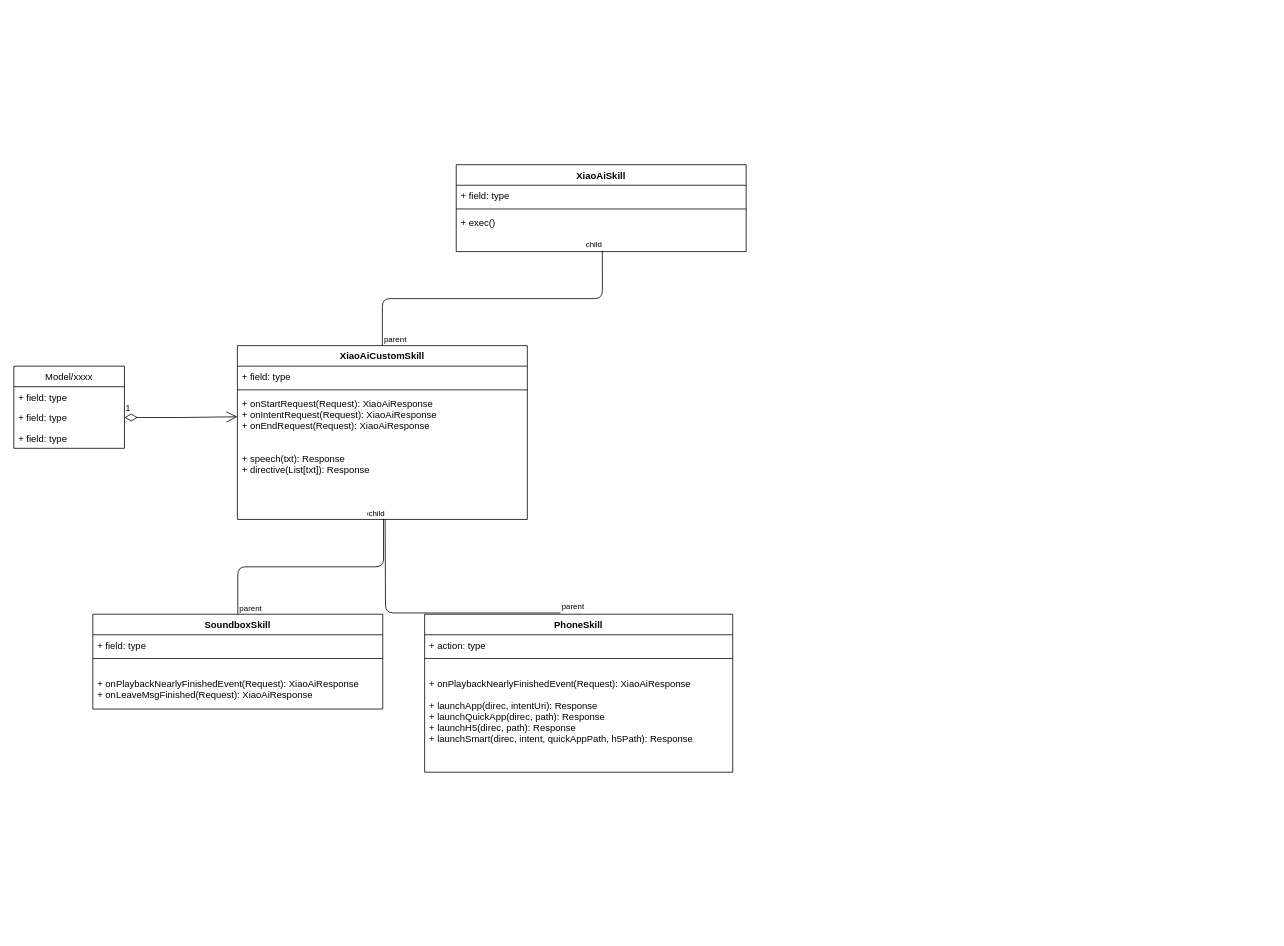
This is Untitled Diagram.drawio from HappyAngel/DependencyInjection_Investigate, a draw.io file, before an edit. Source tidied: cells renumbered, new cells numbered last; positions are measured from the earlier drawing's top-left corner, leaving out a move shared by most shapes. Both pictures are drawn from the tidied source at 79%, with x=0, y=0 at pixel (13, 164).
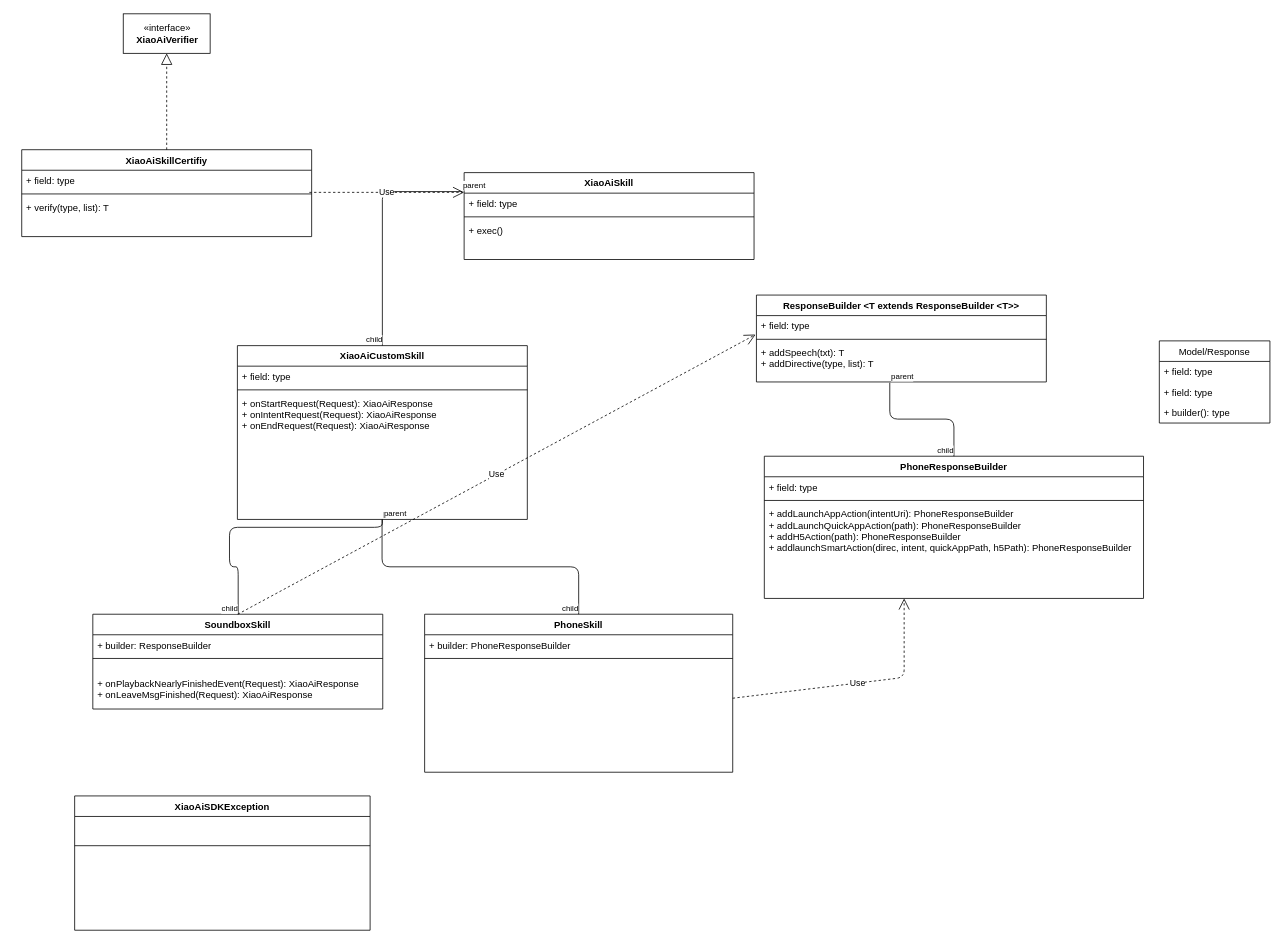
Above is the later version.

Unchanged cells that the change refers to:
```xml
<mxCell id="2" value="XiaoAiCustomSkill&#10;" style="swimlane;fontStyle=1;align=center;verticalAlign=top;horizontal=1;startSize=26;" parent="1" vertex="1">
  <mxGeometry x="283" y="229" width="367" height="220" as="geometry" />
</mxCell>
<mxCell id="8" value="+ field: type" style="text;strokeColor=none;fillColor=none;align=left;verticalAlign=top;spacingLeft=4;spacingRight=4;overflow=hidden;points=[[0,0.5],[1,0.5]];portConstraint=eastwest;" parent="6" vertex="1">
  <mxGeometry y="52" width="140" height="26" as="geometry" />
</mxCell>
<mxCell id="11" value="SoundboxSkill" style="swimlane;fontStyle=1;align=center;verticalAlign=top;horizontal=1;startSize=26;" parent="1" vertex="1">
  <mxGeometry x="100" y="569" width="367" height="120" as="geometry" />
</mxCell>
<mxCell id="18" value="PhoneSkill" style="swimlane;fontStyle=1;align=center;verticalAlign=top;horizontal=1;startSize=26;" parent="1" vertex="1">
  <mxGeometry x="520" y="569" width="390" height="200" as="geometry" />
</mxCell>
<mxCell id="26" value="+ field: type" style="text;strokeColor=none;fillColor=none;align=left;verticalAlign=top;spacingLeft=4;spacingRight=4;overflow=hidden;points=[[0,0.5],[1,0.5]];portConstraint=eastwest;" parent="25" vertex="1">
  <mxGeometry y="26" width="367" height="26" as="geometry" />
</mxCell>
```

Diff of the diagram source:
```diff
@@
-    <mxCell id="5" value="+ onStartRequest(Request): XiaoAiResponse&#10;+ onIntentRequest(Request): XiaoAiResponse&#10;+ onEndRequest(Request): XiaoAiResponse&#10;&#10;&#10;+ speech(txt): Response&#10;+ directive(List[txt]): Response&#10;&#10;" style="text;strokeColor=none;fillColor=none;align=left;verticalAlign=top;spacingLeft=4;spacingRight=4;overflow=hidden;points=[[0,0.5],[1,0.5]];portConstraint=eastwest;" parent="2" vertex="1">
+    <mxCell id="5" value="+ onStartRequest(Request): XiaoAiResponse&#10;+ onIntentRequest(Request): XiaoAiResponse&#10;+ onEndRequest(Request): XiaoAiResponse&#10;&#10;&#10;&#10;" style="text;strokeColor=none;fillColor=none;align=left;verticalAlign=top;spacingLeft=4;spacingRight=4;overflow=hidden;points=[[0,0.5],[1,0.5]];portConstraint=eastwest;" parent="2" vertex="1">
       <mxGeometry y="60" width="367" height="160" as="geometry" />
     </mxCell>
-    <mxCell id="6" value="Model/xxxx" style="swimlane;fontStyle=0;horizontal=1;startSize=26;fillColor=none;" parent="1" vertex="1">
-      <mxGeometry y="255" width="140" height="104" as="geometry" />
+    <mxCell id="6" value="Model/Response" style="swimlane;fontStyle=0;horizontal=1;startSize=26;fillColor=none;" parent="1" vertex="1">
+      <mxGeometry x="1450" y="223" width="140" height="104" as="geometry" />
     </mxCell>
@@
-    <mxCell id="9" value="+ field: type" style="text;strokeColor=none;fillColor=none;align=left;verticalAlign=top;spacingLeft=4;spacingRight=4;overflow=hidden;" parent="6" vertex="1">
+    <mxCell id="9" value="+ builder(): type" style="text;strokeColor=none;fillColor=none;align=left;verticalAlign=top;spacingLeft=4;spacingRight=4;overflow=hidden;" parent="6" vertex="1">
       <mxGeometry y="78" width="140" height="26" as="geometry" />
     </mxCell>
-    <mxCell id="10" value="1" style="endArrow=open;html=1;endSize=12;startArrow=diamondThin;startSize=14;startFill=0;edgeStyle=orthogonalEdgeStyle;align=left;verticalAlign=bottom;entryX=0;entryY=0.188;entryDx=0;entryDy=0;entryPerimeter=0;" parent="1" edge="1" source="8" target="5">
-      <mxGeometry x="-1" y="3" relative="1" as="geometry" />
-    </mxCell>
@@
-    <mxCell id="12" value="+ field: type" style="text;strokeColor=none;fillColor=none;align=left;verticalAlign=top;spacingLeft=4;spacingRight=4;overflow=hidden;" parent="11" vertex="1">
+    <mxCell id="12" value="+ builder: ResponseBuilder" style="text;strokeColor=none;fillColor=none;align=left;verticalAlign=top;spacingLeft=4;spacingRight=4;overflow=hidden;" parent="11" vertex="1">
       <mxGeometry y="26" width="367" height="26" as="geometry" />
     </mxCell>
@@
-    <mxCell id="15" style="endArrow=none;html=1;edgeStyle=orthogonalEdgeStyle;exitX=0.5;exitY=0;exitDx=0;exitDy=0;entryX=0.504;entryY=0.994;entryDx=0;entryDy=0;entryPerimeter=0;" parent="1" edge="1" source="11" target="5">
-      <mxGeometry relative="1" as="geometry" />
-    </mxCell>
-    <mxCell id="16" value="parent" style="html=1;align=left;verticalAlign=bottom;labelBackgroundColor=#ffffff;fontSize=10;" parent="15" vertex="1">
-      <mxGeometry x="-1" relative="1" as="geometry" />
-    </mxCell>
-    <mxCell id="17" value="child" style="html=1;align=right;verticalAlign=bottom;labelBackgroundColor=#ffffff;fontSize=10;" parent="15" vertex="1">
-      <mxGeometry x="1" relative="1" as="geometry" />
-    </mxCell>
@@
-    <mxCell id="19" value="+ action: type" style="text;strokeColor=none;fillColor=none;align=left;verticalAlign=top;spacingLeft=4;spacingRight=4;overflow=hidden;" parent="18" vertex="1">
+    <mxCell id="19" value="+ builder: PhoneResponseBuilder" style="text;strokeColor=none;fillColor=none;align=left;verticalAlign=top;spacingLeft=4;spacingRight=4;overflow=hidden;" parent="18" vertex="1">
       <mxGeometry y="26" width="390" height="26" as="geometry" />
     </mxCell>
@@
-    <mxCell id="21" value="&#10;+ onPlaybackNearlyFinishedEvent(Request): XiaoAiResponse&#10;&#10;+ launchApp(direc, intentUri): Response&#10;+ launchQuickApp(direc, path): Response&#10;+ launchH5(direc, path): Response&#10;+ launchSmart(direc, intent, quickAppPath, h5Path): Response&#10;" style="text;strokeColor=none;fillColor=none;align=left;verticalAlign=top;spacingLeft=4;spacingRight=4;overflow=hidden;points=[[0,0.5],[1,0.5]];portConstraint=eastwest;" parent="18" vertex="1">
+    <mxCell id="21" value="&#10;&#10;&#10;" style="text;strokeColor=none;fillColor=none;align=left;verticalAlign=top;spacingLeft=4;spacingRight=4;overflow=hidden;points=[[0,0.5],[1,0.5]];portConstraint=eastwest;" parent="18" vertex="1">
       <mxGeometry y="60" width="390" height="140" as="geometry" />
     </mxCell>
-    <mxCell id="22" style="endArrow=none;html=1;edgeStyle=orthogonalEdgeStyle;exitX=0.441;exitY=-0.008;exitDx=0;exitDy=0;exitPerimeter=0;" parent="1" edge="1" source="18">
-      <mxGeometry relative="1" as="geometry">
-        <mxPoint x="470" y="449" as="targetPoint" />
-      </mxGeometry>
+    <mxCell id="22" style="endArrow=none;html=1;edgeStyle=orthogonalEdgeStyle;exitX=0.499;exitY=1;exitDx=0;exitDy=0;exitPerimeter=0;entryX=0.5;entryY=0;entryDx=0;entryDy=0;" parent="1" edge="1" source="5" target="18">
+      <mxGeometry relative="1" as="geometry" />
     </mxCell>
@@
-    <mxCell id="25" value="XiaoAiSkill&#10;" style="swimlane;fontStyle=1;align=center;verticalAlign=top;horizontal=1;startSize=26;" parent="1" vertex="1">
-      <mxGeometry x="560" width="367" height="110" as="geometry" />
+    <mxCell id="25" value="ResponseBuilder &lt;T extends ResponseBuilder &lt;T&gt;&gt;" style="swimlane;fontStyle=1;align=center;verticalAlign=top;horizontal=1;startSize=26;" parent="1" vertex="1">
+      <mxGeometry x="940" y="165" width="367" height="110" as="geometry" />
     </mxCell>
@@
-    <mxCell id="28" value="+ exec()&#10;&#10;&#10;" style="text;strokeColor=none;fillColor=none;align=left;verticalAlign=top;spacingLeft=4;spacingRight=4;overflow=hidden;points=[[0,0.5],[1,0.5]];portConstraint=eastwest;" parent="25" vertex="1">
+    <mxCell id="28" value="+ addSpeech(txt): T&#10;+ addDirective(type, list): T&#10;&#10;&#10;&#10;" style="text;strokeColor=none;fillColor=none;align=left;verticalAlign=top;spacingLeft=4;spacingRight=4;overflow=hidden;points=[[0,0.5],[1,0.5]];portConstraint=eastwest;" parent="25" vertex="1">
       <mxGeometry y="60" width="367" height="50" as="geometry" />
     </mxCell>
-    <mxCell id="29" style="endArrow=none;html=1;edgeStyle=orthogonalEdgeStyle;exitX=0.5;exitY=0;exitDx=0;exitDy=0;entryX=0.504;entryY=0.98;entryDx=0;entryDy=0;entryPerimeter=0;" parent="1" edge="1" source="2" target="28">
-      <mxGeometry relative="1" as="geometry" />
-    </mxCell>
-    <mxCell id="30" value="parent" style="html=1;align=left;verticalAlign=bottom;labelBackgroundColor=#ffffff;fontSize=10;" parent="29" vertex="1">
-      <mxGeometry x="-1" relative="1" as="geometry" />
-    </mxCell>
-    <mxCell id="31" value="child" style="html=1;align=right;verticalAlign=bottom;labelBackgroundColor=#ffffff;fontSize=10;" parent="29" vertex="1">
-      <mxGeometry x="1" relative="1" as="geometry" />
-    </mxCell>
+    <mxCell id="32" value="XiaoAiSkill&#10;" style="swimlane;fontStyle=1;align=center;verticalAlign=top;horizontal=1;startSize=26;" parent="1" vertex="1">
+      <mxGeometry x="570" y="10" width="367" height="110" as="geometry" />
+    </mxCell>
+    <mxCell id="33" value="+ field: type" style="text;strokeColor=none;fillColor=none;align=left;verticalAlign=top;spacingLeft=4;spacingRight=4;overflow=hidden;points=[[0,0.5],[1,0.5]];portConstraint=eastwest;" parent="32" vertex="1">
+      <mxGeometry y="26" width="367" height="26" as="geometry" />
+    </mxCell>
+    <mxCell id="34" style="line;strokeWidth=1;fillColor=none;align=left;verticalAlign=middle;spacingTop=-1;spacingLeft=3;spacingRight=3;labelPosition=right;" parent="32" vertex="1">
+      <mxGeometry y="52" width="367" height="8" as="geometry" />
+    </mxCell>
+    <mxCell id="35" value="+ exec()&#10;&#10;&#10;" style="text;strokeColor=none;fillColor=none;align=left;verticalAlign=top;spacingLeft=4;spacingRight=4;overflow=hidden;" parent="32" vertex="1">
+      <mxGeometry y="60" width="367" height="50" as="geometry" />
+    </mxCell>
+    <mxCell id="36" value="PhoneResponseBuilder" style="swimlane;fontStyle=1;align=center;verticalAlign=top;horizontal=1;startSize=26;" parent="1" vertex="1">
+      <mxGeometry x="950" y="369" width="480" height="180" as="geometry" />
+    </mxCell>
+    <mxCell id="37" value="+ field: type" style="text;strokeColor=none;fillColor=none;align=left;verticalAlign=top;spacingLeft=4;spacingRight=4;overflow=hidden;" parent="36" vertex="1">
+      <mxGeometry y="26" width="480" height="26" as="geometry" />
+    </mxCell>
+    <mxCell id="38" style="line;strokeWidth=1;fillColor=none;align=left;verticalAlign=middle;spacingTop=-1;spacingLeft=3;spacingRight=3;labelPosition=right;" parent="36" vertex="1">
+      <mxGeometry y="52" width="480" height="8" as="geometry" />
+    </mxCell>
+    <mxCell id="39" value="+ addLaunchAppAction(intentUri): PhoneResponseBuilder&#10;+ addLaunchQuickAppAction(path): PhoneResponseBuilder&#10;+ addH5Action(path): PhoneResponseBuilder&#10;+ addlaunchSmartAction(direc, intent, quickAppPath, h5Path): PhoneResponseBuilder&#10;&#10;&#10;" style="text;strokeColor=none;fillColor=none;align=left;verticalAlign=top;spacingLeft=4;spacingRight=4;overflow=hidden;" parent="36" vertex="1">
+      <mxGeometry y="60" width="480" height="120" as="geometry" />
+    </mxCell>
+    <mxCell id="40" style="endArrow=none;html=1;edgeStyle=orthogonalEdgeStyle;entryX=0.5;entryY=0;entryDx=0;entryDy=0;exitX=0.46;exitY=1.02;exitDx=0;exitDy=0;exitPerimeter=0;" parent="1" edge="1" source="28" target="36">
+      <mxGeometry relative="1" as="geometry" />
+    </mxCell>
+    <mxCell id="41" value="parent" style="html=1;align=left;verticalAlign=bottom;labelBackgroundColor=#ffffff;fontSize=10;" parent="40" vertex="1">
+      <mxGeometry x="-1" relative="1" as="geometry" />
+    </mxCell>
+    <mxCell id="42" value="child" style="html=1;align=right;verticalAlign=bottom;labelBackgroundColor=#ffffff;fontSize=10;" parent="40" vertex="1">
+      <mxGeometry x="1" relative="1" as="geometry" />
+    </mxCell>
+    <mxCell id="15" style="endArrow=none;html=1;edgeStyle=orthogonalEdgeStyle;" parent="1" edge="1" source="5" target="11">
+      <mxGeometry relative="1" as="geometry">
+        <Array as="points">
+          <mxPoint x="467" y="459" />
+          <mxPoint x="273" y="459" />
+          <mxPoint x="273" y="509" />
+          <mxPoint x="284" y="509" />
+        </Array>
+      </mxGeometry>
+    </mxCell>
+    <mxCell id="16" value="parent" style="html=1;align=left;verticalAlign=bottom;labelBackgroundColor=#ffffff;fontSize=10;" parent="15" vertex="1">
+      <mxGeometry x="-1" relative="1" as="geometry" />
+    </mxCell>
+    <mxCell id="17" value="child" style="html=1;align=right;verticalAlign=bottom;labelBackgroundColor=#ffffff;fontSize=10;" parent="15" vertex="1">
+      <mxGeometry x="1" relative="1" as="geometry" />
+    </mxCell>
+    <mxCell id="43" value="Use" style="endArrow=open;endSize=12;dashed=1;html=1;" parent="1" edge="1" source="21">
+      <mxGeometry relative="1" as="geometry">
+        <mxPoint x="1127" y="549" as="targetPoint" />
+        <Array as="points">
+          <mxPoint x="1127" y="649" />
+        </Array>
+      </mxGeometry>
+    </mxCell>
+    <mxCell id="44" value="Use" style="endArrow=open;endSize=12;dashed=1;html=1;entryX=-0.003;entryY=0.923;entryDx=0;entryDy=0;entryPerimeter=0;exitX=0.5;exitY=0;exitDx=0;exitDy=0;" parent="1" edge="1" source="11" target="26">
+      <mxGeometry relative="1" as="geometry" />
+    </mxCell>
+    <mxCell id="45" style="endArrow=none;html=1;edgeStyle=orthogonalEdgeStyle;entryX=0.5;entryY=0;entryDx=0;entryDy=0;exitX=-0.008;exitY=-0.077;exitDx=0;exitDy=0;exitPerimeter=0;" parent="1" edge="1" source="33" target="2">
+      <mxGeometry relative="1" as="geometry" />
+    </mxCell>
+    <mxCell id="46" value="parent" style="html=1;align=left;verticalAlign=bottom;labelBackgroundColor=#ffffff;fontSize=10;" parent="45" vertex="1">
+      <mxGeometry x="-1" relative="1" as="geometry" />
+    </mxCell>
+    <mxCell id="47" value="child" style="html=1;align=right;verticalAlign=bottom;labelBackgroundColor=#ffffff;fontSize=10;" parent="45" vertex="1">
+      <mxGeometry x="1" relative="1" as="geometry" />
+    </mxCell>
+    <mxCell id="48" value="XiaoAiSDKException" style="swimlane;fontStyle=1;align=center;verticalAlign=top;horizontal=1;startSize=26;" parent="1" vertex="1">
+      <mxGeometry x="77" y="799" width="374" height="170" as="geometry" />
+    </mxCell>
+    <mxCell id="49" style="line;strokeWidth=1;fillColor=none;align=left;verticalAlign=middle;spacingTop=-1;spacingLeft=3;spacingRight=3;labelPosition=right;" parent="48" vertex="1">
+      <mxGeometry y="26" width="374" height="74" as="geometry" />
+    </mxCell>
+    <mxCell id="50" value="&#10;&#10;&#10;" style="text;strokeColor=none;fillColor=none;align=left;verticalAlign=top;spacingLeft=4;spacingRight=4;overflow=hidden;" parent="48" vertex="1">
+      <mxGeometry y="100" width="374" height="70" as="geometry" />
+    </mxCell>
+    <mxCell id="51" value="XiaoAiSkillCertifiy" style="swimlane;fontStyle=1;align=center;verticalAlign=top;horizontal=1;startSize=26;" parent="1" vertex="1">
+      <mxGeometry x="10" y="-19" width="367" height="110" as="geometry" />
+    </mxCell>
+    <mxCell id="52" value="+ field: type" style="text;strokeColor=none;fillColor=none;align=left;verticalAlign=top;spacingLeft=4;spacingRight=4;overflow=hidden;points=[[0,0.5],[1,0.5]];portConstraint=eastwest;" parent="51" vertex="1">
+      <mxGeometry y="26" width="367" height="26" as="geometry" />
+    </mxCell>
+    <mxCell id="53" style="line;strokeWidth=1;fillColor=none;align=left;verticalAlign=middle;spacingTop=-1;spacingLeft=3;spacingRight=3;labelPosition=right;" parent="51" vertex="1">
+      <mxGeometry y="52" width="367" height="8" as="geometry" />
+    </mxCell>
+    <mxCell id="54" value="+ verify(type, list): T&#10;&#10;&#10;&#10;" style="text;strokeColor=none;fillColor=none;align=left;verticalAlign=top;spacingLeft=4;spacingRight=4;overflow=hidden;" parent="51" vertex="1">
+      <mxGeometry y="60" width="367" height="50" as="geometry" />
+    </mxCell>
+    <mxCell id="55" value="Use" style="endArrow=open;endSize=12;dashed=1;html=1;exitX=0.992;exitY=1.077;exitDx=0;exitDy=0;exitPerimeter=0;" parent="1" edge="1" source="52">
+      <mxGeometry relative="1" as="geometry">
+        <mxPoint x="570" y="35" as="targetPoint" />
+      </mxGeometry>
+    </mxCell>
+    <mxCell id="56" value="«interface»&lt;br&gt;&lt;b&gt;XiaoAiVerifier&lt;br&gt;&lt;/b&gt;" style="html=1;" parent="1" vertex="1">
+      <mxGeometry x="138.5" y="-191" width="110" height="50" as="geometry" />
+    </mxCell>
+    <mxCell id="57" style="endArrow=block;dashed=1;endFill=0;endSize=12;html=1;exitX=0.5;exitY=0;exitDx=0;exitDy=0;entryX=0.5;entryY=1;entryDx=0;entryDy=0;" parent="1" edge="1" source="51" target="56">
+      <mxGeometry relative="1" as="geometry" />
+    </mxCell>
```
